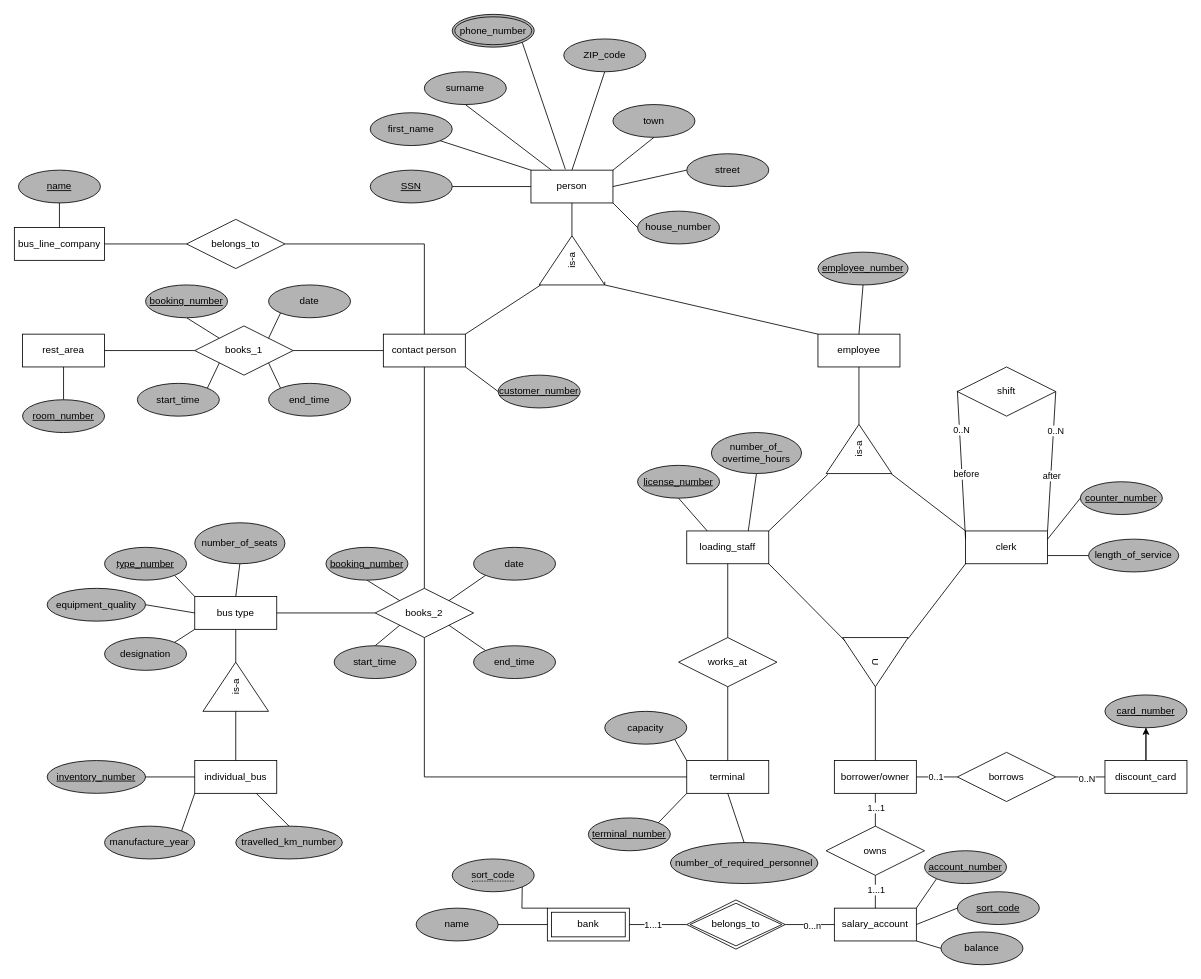
Martinaeht/DBS-Projektgruppe-5_ERM keeps this draw.io diagram as ERM project_group 5.drawio. Above is the earlier version. Source tidied: cells renumbered, new cells numbered last; positions are measured from the earlier drawing's top-left corner, leaving out a move shared by most shapes. Both pictures are drawn from the tidied source at 82%, with x=0, y=0 at pixel (14, 14).
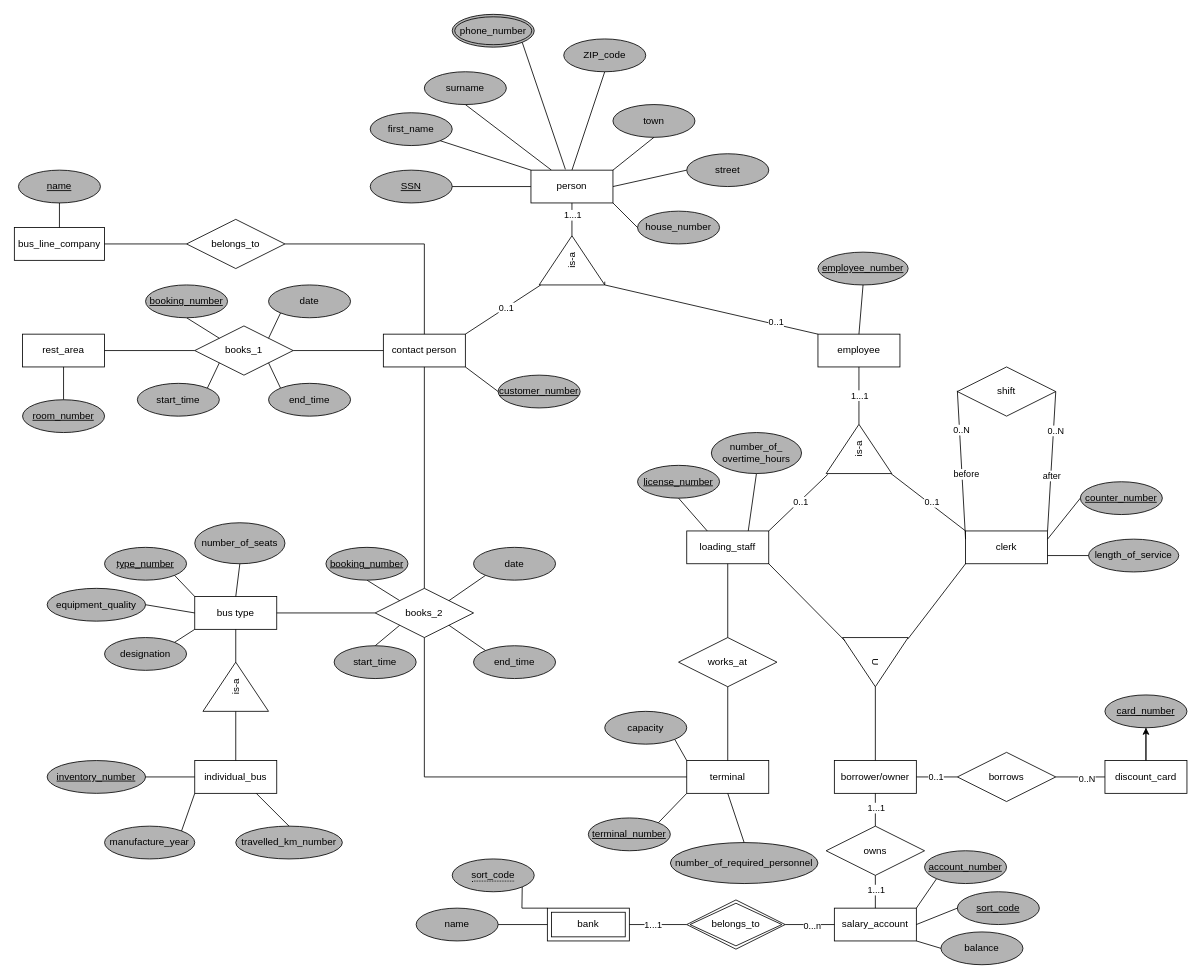
Above is the later version.

What changed in the source:
```diff
@@
+    <mxCell id="148" value="0..1" style="edgeLabel;html=1;align=center;verticalAlign=middle;" parent="1" vertex="1">
+      <mxGeometry x="610" y="360" as="geometry">
+        <mxPoint x="-11" y="-3" as="offset" />
+      </mxGeometry>
+    </mxCell>
+    <mxCell id="149" value="0..1" style="edgeLabel;html=1;align=center;verticalAlign=middle;" parent="1" vertex="1">
+      <mxGeometry x="840" y="360" as="geometry">
+        <mxPoint x="88" y="14" as="offset" />
+      </mxGeometry>
+    </mxCell>
+    <mxCell id="150" value="0..1" style="edgeLabel;html=1;align=center;verticalAlign=middle;" parent="1" vertex="1">
+      <mxGeometry x="870" y="580" as="geometry">
+        <mxPoint x="88" y="14" as="offset" />
+      </mxGeometry>
+    </mxCell>
+    <mxCell id="151" value="0..1" style="edgeLabel;html=1;align=center;verticalAlign=middle;" parent="1" vertex="1">
+      <mxGeometry x="1030" y="580" as="geometry">
+        <mxPoint x="88" y="14" as="offset" />
+      </mxGeometry>
+    </mxCell>
+    <mxCell id="152" value="1...1" style="edgeLabel;html=1;align=center;verticalAlign=middle;" parent="1" vertex="1">
+      <mxGeometry x="920" y="770" as="geometry">
+        <mxPoint x="-240" y="-526" as="offset" />
+      </mxGeometry>
+    </mxCell>
+    <mxCell id="153" value="1...1" style="edgeLabel;html=1;align=center;verticalAlign=middle;" parent="1" vertex="1">
+      <mxGeometry x="1270" y="990" as="geometry">
+        <mxPoint x="-240" y="-526" as="offset" />
+      </mxGeometry>
+    </mxCell>
```
